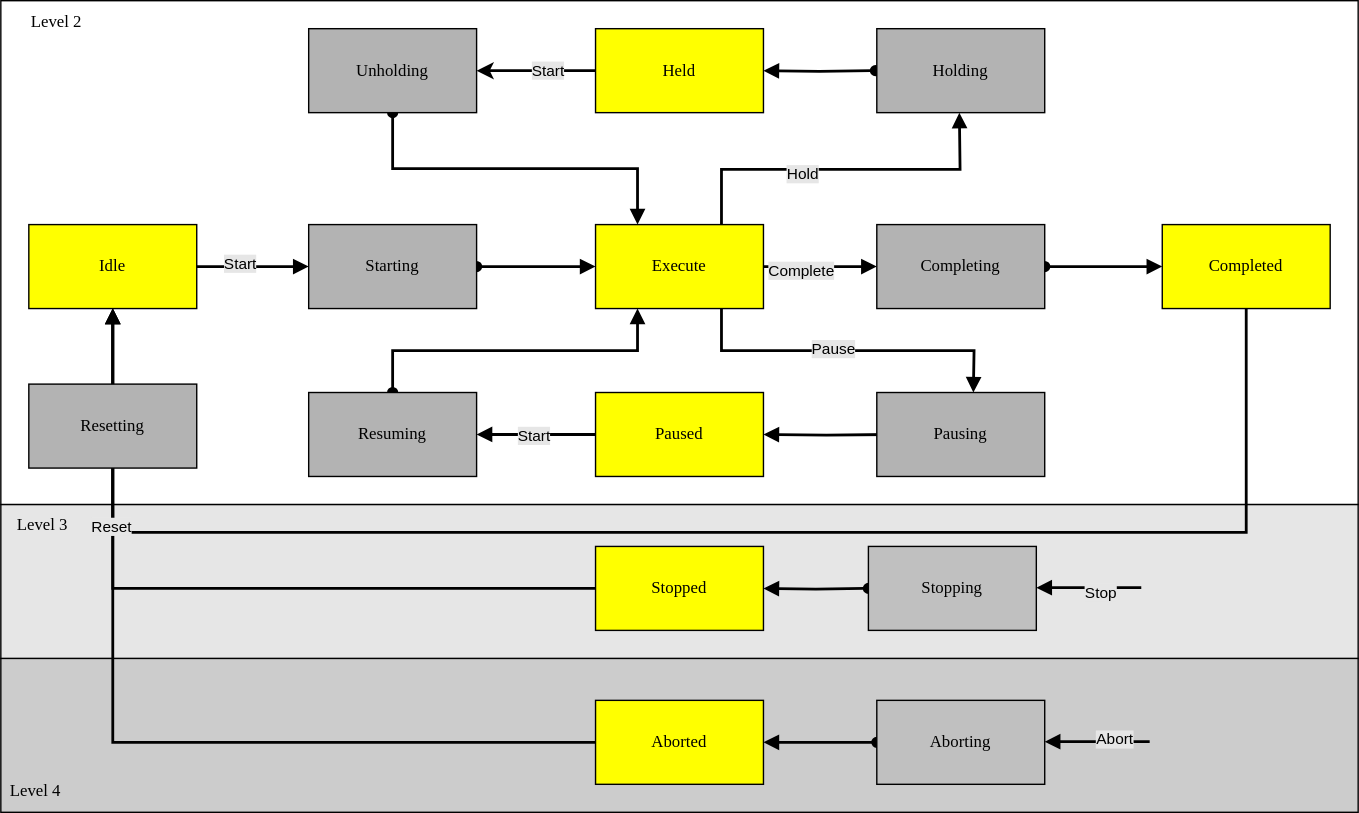
Earlier version of the draw.io export docs/Component.drawio.svg (PeterZerlauth/Tc3_Component). Source tidied: cells renumbered, new cells last; positions are measured from the earlier drawing's top-left corner, leaving out a move shared by most shapes.
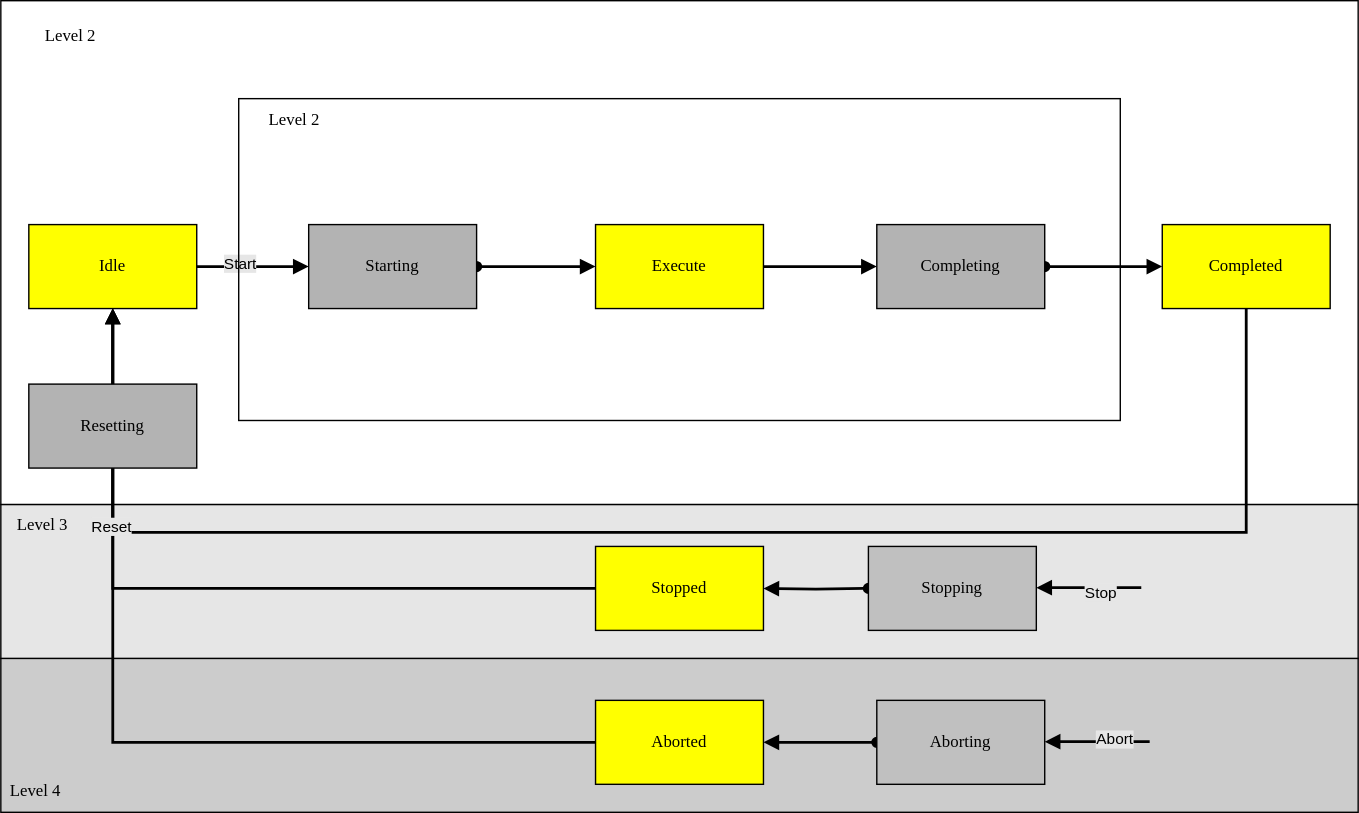
The same diagram one commit later.

Change to the diagram source:
```diff
@@ -11,52 +11,12 @@
     <mxCell id="4" style="rounded=0;whiteSpace=wrap;html=1;fontFamily=Helvetica;fontSize=11;fontColor=default;labelBackgroundColor=default;fillColor=#FFFFFF;" parent="1" vertex="1">
       <mxGeometry width="970" height="360" as="geometry" />
     </mxCell>
-    <mxCell id="5" style="edgeStyle=orthogonalEdgeStyle;rounded=0;jettySize=auto;html=1;strokeWidth=2;" parent="1" edge="1" source="6" target="34">
-      <mxGeometry relative="1" as="geometry" />
-    </mxCell>
-    <mxCell id="6" value="Held" style="rounded=0;whiteSpace=wrap;html=1;arcSize=24;fillColor=#FFFF00;strokeColor=#000000;shadow=0;comic=0;labelBackgroundColor=none;fontFamily=Verdana;fontSize=12;fontColor=#000000;align=center;rotation=0;" parent="1" vertex="1">
-      <mxGeometry x="425" y="20" width="120" height="60" as="geometry" />
-    </mxCell>
-    <mxCell id="7" style="edgeStyle=orthogonalEdgeStyle;rounded=0;jettySize=auto;html=1;entryX=0.5;entryY=1;entryDx=0;entryDy=0;strokeColor=default;align=center;verticalAlign=middle;fontFamily=Helvetica;fontSize=11;fontColor=default;labelBackgroundColor=default;endArrow=block;endFill=1;exitX=0.75;exitY=0;exitDx=0;exitDy=0;strokeWidth=2;" parent="1" edge="1" source="11">
-      <mxGeometry relative="1" as="geometry">
-        <mxPoint x="685" y="80" as="targetPoint" />
-      </mxGeometry>
-    </mxCell>
-    <mxCell id="8" value="Hold" style="edgeLabel;html=1;align=center;verticalAlign=middle;fontFamily=Helvetica;fontSize=11;fontColor=default;labelBackgroundColor=#E6E6E6;" parent="7" vertex="1">
-      <mxGeometry x="-0.23" y="-2" relative="1" as="geometry">
-        <mxPoint x="1" y="1" as="offset" />
-      </mxGeometry>
-    </mxCell>
     <mxCell id="9" style="edgeStyle=orthogonalEdgeStyle;rounded=0;jettySize=auto;html=1;exitX=1;exitY=0.5;exitDx=0;exitDy=0;entryX=0;entryY=0.5;entryDx=0;entryDy=0;strokeColor=default;align=center;verticalAlign=middle;fontFamily=Helvetica;fontSize=11;fontColor=default;labelBackgroundColor=default;endArrow=block;endFill=1;strokeWidth=2;" parent="1" edge="1" source="11" target="41">
       <mxGeometry relative="1" as="geometry" />
     </mxCell>
-    <mxCell id="10" value="Complete" style="edgeLabel;html=1;align=center;verticalAlign=middle;fontFamily=Helvetica;fontSize=11;fontColor=default;labelBackgroundColor=#E6E6E6;" parent="9" vertex="1">
-      <mxGeometry x="-0.36" y="-2" relative="1" as="geometry" />
-    </mxCell>
     <mxCell id="11" value="Execute" style="rounded=0;whiteSpace=wrap;html=1;arcSize=24;fillColor=light-dark(#FFFF00,#005100);strokeColor=#000000;shadow=0;comic=0;labelBackgroundColor=none;fontFamily=Verdana;fontSize=12;fontColor=#000000;align=center;" parent="1" vertex="1">
       <mxGeometry x="425" y="160" width="120" height="60" as="geometry" />
     </mxCell>
-    <mxCell id="12" value="Paused" style="rounded=0;whiteSpace=wrap;html=1;arcSize=24;fillColor=#FFFF00;strokeColor=#000000;shadow=0;comic=0;labelBackgroundColor=none;fontFamily=Verdana;fontSize=12;fontColor=#000000;align=center;" parent="1" vertex="1">
-      <mxGeometry x="425" y="280" width="120" height="60" as="geometry" />
-    </mxCell>
-    <mxCell id="13" style="edgeStyle=orthogonalEdgeStyle;rounded=0;jettySize=auto;html=1;strokeColor=default;align=center;verticalAlign=middle;fontFamily=Helvetica;fontSize=11;fontColor=default;labelBackgroundColor=default;endArrow=block;endFill=1;strokeWidth=2;startArrow=oval;startFill=1;" parent="1" edge="1" target="6">
-      <mxGeometry relative="1" as="geometry">
-        <mxPoint x="625" y="50" as="sourcePoint" />
-      </mxGeometry>
-    </mxCell>
-    <mxCell id="14" style="edgeStyle=orthogonalEdgeStyle;rounded=0;jettySize=auto;html=1;strokeColor=default;align=center;verticalAlign=middle;fontFamily=Helvetica;fontSize=11;fontColor=default;labelBackgroundColor=default;endArrow=block;endFill=1;strokeWidth=2;" parent="1" edge="1" target="12">
-      <mxGeometry relative="1" as="geometry">
-        <mxPoint x="635" y="310" as="sourcePoint" />
-      </mxGeometry>
-    </mxCell>
-    <mxCell id="15" style="edgeStyle=orthogonalEdgeStyle;rounded=0;jettySize=auto;html=1;entryX=0.5;entryY=0;entryDx=0;entryDy=0;strokeColor=default;align=center;verticalAlign=middle;fontFamily=Helvetica;fontSize=11;fontColor=default;labelBackgroundColor=default;endArrow=block;endFill=1;exitX=0.75;exitY=1;exitDx=0;exitDy=0;strokeWidth=2;" parent="1" edge="1" source="11">
-      <mxGeometry relative="1" as="geometry">
-        <mxPoint x="695" y="280" as="targetPoint" />
-      </mxGeometry>
-    </mxCell>
-    <mxCell id="16" value="Pause" style="edgeLabel;html=1;align=center;verticalAlign=middle;fontFamily=Helvetica;fontSize=11;fontColor=default;labelBackgroundColor=#E6E6E6;" parent="15" vertex="1">
-      <mxGeometry x="-0.09" y="2" relative="1" as="geometry" />
-    </mxCell>
     <mxCell id="17" style="edgeStyle=orthogonalEdgeStyle;rounded=0;jettySize=auto;html=1;strokeColor=default;align=center;verticalAlign=middle;fontFamily=Helvetica;fontSize=11;fontColor=default;labelBackgroundColor=default;endArrow=block;endFill=1;entryX=0;entryY=0.5;entryDx=0;entryDy=0;strokeWidth=2;" parent="1" edge="1" source="19" target="30">
       <mxGeometry relative="1" as="geometry" />
     </mxCell>
@@ -108,37 +68,6 @@
     <mxCell id="30" value="Starting" style="rounded=0;whiteSpace=wrap;html=1;arcSize=24;fillColor=#B3B3B3;strokeColor=#000000;shadow=0;comic=0;labelBackgroundColor=none;fontFamily=Verdana;fontSize=12;fontColor=#000000;align=center;" parent="1" vertex="1">
       <mxGeometry x="220" y="160" width="120" height="60" as="geometry" />
     </mxCell>
-    <mxCell id="31" value="Holding" style="rounded=0;whiteSpace=wrap;html=1;arcSize=24;fillColor=#B3B3B3;strokeColor=#000000;shadow=0;comic=0;labelBackgroundColor=none;fontFamily=Verdana;fontSize=12;fontColor=#000000;align=center;" parent="1" vertex="1">
-      <mxGeometry x="626" y="20" width="120" height="60" as="geometry" />
-    </mxCell>
-    <mxCell id="32" style="edgeStyle=orthogonalEdgeStyle;rounded=0;jettySize=auto;html=1;exitX=0.5;exitY=1;exitDx=0;exitDy=0;entryX=0.25;entryY=0;entryDx=0;entryDy=0;strokeColor=default;align=center;verticalAlign=middle;fontFamily=Helvetica;fontSize=11;fontColor=default;labelBackgroundColor=default;endArrow=block;endFill=1;strokeWidth=2;startArrow=oval;startFill=1;" parent="1" edge="1" source="34" target="11">
-      <mxGeometry relative="1" as="geometry" />
-    </mxCell>
-    <mxCell id="33" value="Start" style="edgeLabel;html=1;align=center;verticalAlign=middle;fontFamily=Helvetica;fontSize=11;fontColor=default;labelBackgroundColor=#E6E6E6;" parent="32" vertex="1">
-      <mxGeometry x="-0.2" relative="1" as="geometry">
-        <mxPoint x="48" y="-71" as="offset" />
-      </mxGeometry>
-    </mxCell>
-    <mxCell id="34" value="Unholding" style="rounded=0;whiteSpace=wrap;html=1;arcSize=24;fillColor=#B3B3B3;strokeColor=#000000;shadow=0;comic=0;labelBackgroundColor=none;fontFamily=Verdana;fontSize=12;fontColor=#000000;align=center;" parent="1" vertex="1">
-      <mxGeometry x="220" y="20" width="120" height="60" as="geometry" />
-    </mxCell>
-    <mxCell id="35" value="Pausing" style="rounded=0;whiteSpace=wrap;html=1;arcSize=24;fillColor=#B3B3B3;strokeColor=#000000;shadow=0;comic=0;labelBackgroundColor=none;fontFamily=Verdana;fontSize=12;fontColor=#000000;align=center;" parent="1" vertex="1">
-      <mxGeometry x="626" y="280" width="120" height="60" as="geometry" />
-    </mxCell>
-    <mxCell id="36" style="edgeStyle=orthogonalEdgeStyle;rounded=0;jettySize=auto;html=1;strokeColor=default;align=center;verticalAlign=middle;fontFamily=Helvetica;fontSize=11;fontColor=default;labelBackgroundColor=default;endArrow=block;endFill=1;strokeWidth=2;" parent="1" edge="1" source="12" target="39">
-      <mxGeometry relative="1" as="geometry" />
-    </mxCell>
-    <mxCell id="37" style="edgeStyle=orthogonalEdgeStyle;rounded=0;jettySize=auto;html=1;exitX=0.5;exitY=0;exitDx=0;exitDy=0;entryX=0.25;entryY=1;entryDx=0;entryDy=0;strokeColor=default;align=center;verticalAlign=middle;fontFamily=Helvetica;fontSize=11;fontColor=default;labelBackgroundColor=default;endArrow=block;endFill=1;strokeWidth=2;startArrow=oval;startFill=1;" parent="1" edge="1" source="39" target="11">
-      <mxGeometry relative="1" as="geometry" />
-    </mxCell>
-    <mxCell id="38" value="Start" style="edgeLabel;html=1;align=center;verticalAlign=middle;fontFamily=Helvetica;fontSize=11;fontColor=default;labelBackgroundColor=#E6E6E6;" parent="37" vertex="1">
-      <mxGeometry x="0.04" y="2" relative="1" as="geometry">
-        <mxPoint x="8" y="62" as="offset" />
-      </mxGeometry>
-    </mxCell>
-    <mxCell id="39" value="Resuming" style="rounded=0;whiteSpace=wrap;html=1;arcSize=24;fillColor=#B3B3B3;strokeColor=#000000;shadow=0;comic=0;labelBackgroundColor=none;fontFamily=Verdana;fontSize=12;fontColor=#000000;align=center;" parent="1" vertex="1">
-      <mxGeometry x="220" y="280" width="120" height="60" as="geometry" />
-    </mxCell>
     <mxCell id="40" style="edgeStyle=orthogonalEdgeStyle;rounded=0;jettySize=auto;html=1;strokeColor=default;align=center;verticalAlign=middle;fontFamily=Helvetica;fontSize=11;fontColor=default;labelBackgroundColor=default;endArrow=block;endFill=1;strokeWidth=2;startArrow=oval;startFill=1;" parent="1" edge="1" source="41" target="26">
       <mxGeometry relative="1" as="geometry" />
     </mxCell>
@@ -176,10 +105,16 @@
       <mxGeometry y="550" width="50" height="30" as="geometry" />
     </mxCell>
     <mxCell id="50" value="Level 2" style="rounded=0;whiteSpace=wrap;html=1;arcSize=24;fillColor=none;strokeColor=none;shadow=0;comic=0;labelBackgroundColor=none;fontFamily=Verdana;fontSize=12;fontColor=#000000;align=center;" parent="1" vertex="1">
-      <mxGeometry width="80" height="30" as="geometry" />
+      <mxGeometry x="170" y="70" width="80" height="30" as="geometry" />
     </mxCell>
     <mxCell id="51" value="Resetting" style="rounded=0;whiteSpace=wrap;html=1;arcSize=24;fillColor=#B3B3B3;strokeColor=#000000;shadow=0;comic=0;labelBackgroundColor=none;fontFamily=Verdana;fontSize=12;fontColor=#000000;align=center;" parent="1" vertex="1">
       <mxGeometry x="20" y="274" width="120" height="60" as="geometry" />
     </mxCell>
+    <mxCell id="52" style="rounded=0;whiteSpace=wrap;html=1;fontFamily=Helvetica;fontSize=11;fontColor=default;labelBackgroundColor=default;fillColor=none;" parent="1" vertex="1">
+      <mxGeometry x="170" y="70" width="630" height="230" as="geometry" />
+    </mxCell>
+    <mxCell id="53" value="Level 2" style="rounded=0;whiteSpace=wrap;html=1;arcSize=24;fillColor=none;strokeColor=none;shadow=0;comic=0;labelBackgroundColor=none;fontFamily=Verdana;fontSize=12;fontColor=#000000;align=center;" parent="1" vertex="1">
+      <mxGeometry x="10" y="10" width="80" height="30" as="geometry" />
+    </mxCell>
   </root>
 </mxGraphModel>
```
